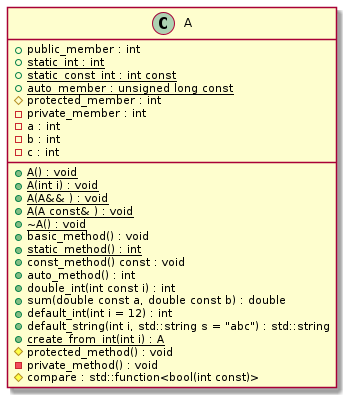
Earlier version of the PlantUML export docs/test_cases/t00003_class.png (bkryza/clang-uml).
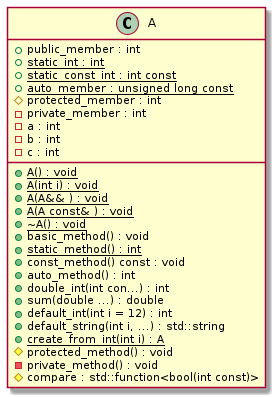
The same file after the commit.

Diff of the diagram source:
```diff
@@ -11,10 +11,10 @@
 {static} +static_method() : int
 +const_method() const : void
 +auto_method() : int
-+double_int(int const i) : int
-+sum(double const a, double const b) : double
++double_int(int con...) : int
++sum(double ...) : double
 +default_int(int i = 12) : int
-+default_string(int i, std::string s = "abc") : std::string
++default_string(int i, ...) : std::string
 {static} +create_from_int(int i) : A
 #protected_method() : void
 -private_method() : void
```
